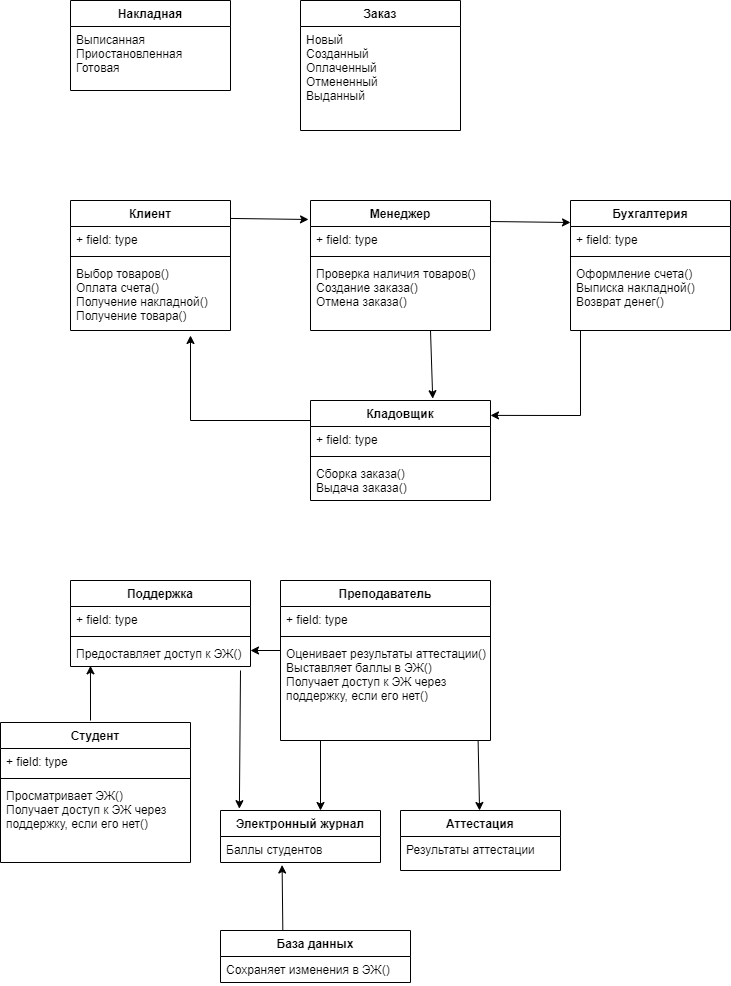
Earlier version of the draw.io export ПрогИнж/Лабораторная работа 3/1z_2z.drawio.png (ViktoriyaMosolova/3sem). Source tidied: cells renumbered, new cells last; positions are measured from the earlier drawing's top-left corner, leaving out a move shared by most shapes.
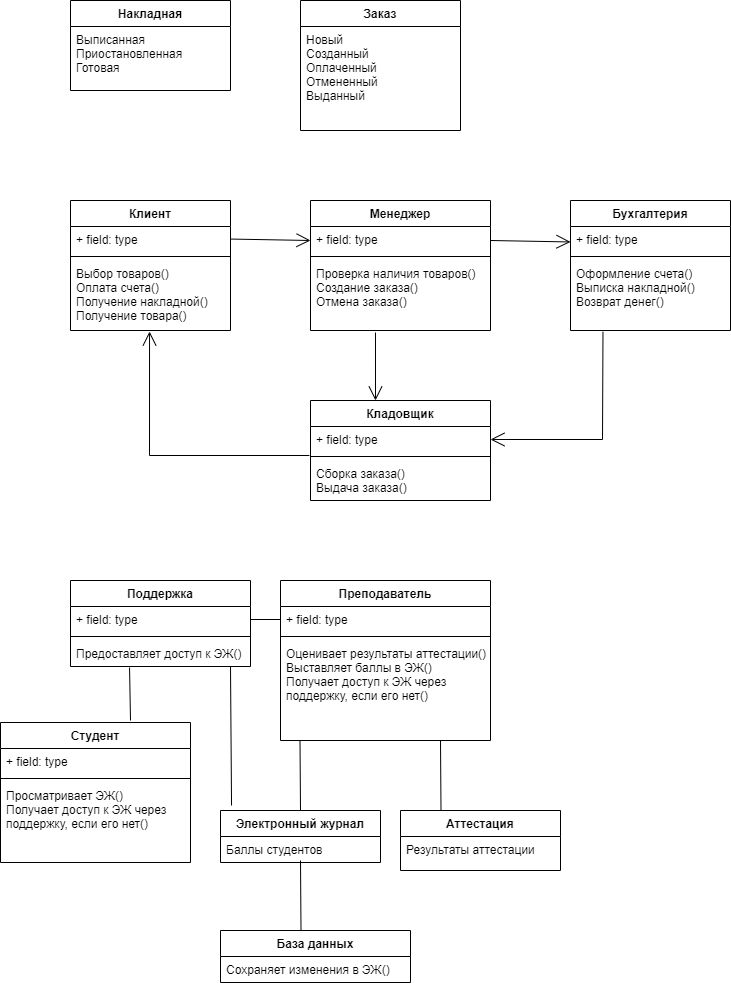
After the commit.

Change to the diagram source:
```diff
@@ -5,15 +5,6 @@
     <mxCell id="2" value="Кладовщик" style="swimlane;fontStyle=1;align=center;verticalAlign=top;horizontal=1;startSize=26;" parent="1" vertex="1">
       <mxGeometry x="310" y="400" width="180" height="100" as="geometry" />
     </mxCell>
-    <mxCell id="3" style="endArrow=classic;html=1;rounded=0;exitX=1;exitY=-0.192;exitDx=0;exitDy=0;exitPerimeter=0;" parent="2" edge="1">
-      <mxGeometry relative="1" as="geometry">
-        <mxPoint y="20" as="sourcePoint" />
-        <mxPoint x="-120" y="-65" as="targetPoint" />
-        <Array as="points">
-          <mxPoint x="-120" y="20" />
-        </Array>
-      </mxGeometry>
-    </mxCell>
     <mxCell id="4" value="+ field: type" style="text;strokeColor=none;fillColor=none;align=left;verticalAlign=top;spacingLeft=4;spacingRight=4;overflow=hidden;points=[[0,0.5],[1,0.5]];portConstraint=eastwest;" parent="2" vertex="1">
       <mxGeometry y="26" width="180" height="26" as="geometry" />
     </mxCell>
@@ -41,6 +32,12 @@
     <mxCell id="12" value="+ field: type" style="text;strokeColor=none;fillColor=none;align=left;verticalAlign=top;spacingLeft=4;spacingRight=4;overflow=hidden;points=[[0,0.5],[1,0.5]];portConstraint=eastwest;" parent="11" vertex="1">
       <mxGeometry y="26" width="180" height="26" as="geometry" />
     </mxCell>
+    <mxCell id="51" style="endArrow=open;endFill=1;endSize=12;html=1;rounded=0;" parent="11" edge="1">
+      <mxGeometry relative="1" as="geometry">
+        <mxPoint x="-80" y="38.6" as="sourcePoint" />
+        <mxPoint y="40" as="targetPoint" />
+      </mxGeometry>
+    </mxCell>
     <mxCell id="13" style="line;strokeWidth=1;fillColor=none;align=left;verticalAlign=middle;spacingTop=-1;spacingLeft=3;spacingRight=3;labelPosition=right;strokeColor=inherit;" parent="11" vertex="1">
       <mxGeometry y="52" width="180" height="8" as="geometry" />
     </mxCell>
@@ -65,25 +62,6 @@
     <mxCell id="20" value="Новый&#10;Созданный&#10;Оплаченный&#10;Отмененный&#10;Выданный" style="text;strokeColor=none;fillColor=none;align=left;verticalAlign=top;spacingLeft=4;spacingRight=4;overflow=hidden;" parent="19" vertex="1">
       <mxGeometry y="26" width="160" height="104" as="geometry" />
     </mxCell>
-    <mxCell id="21" style="endArrow=classic;html=1;rounded=0;exitX=1;exitY=0.138;exitDx=0;exitDy=0;exitPerimeter=0;entryX=-0.011;entryY=0.146;entryDx=0;entryDy=0;entryPerimeter=0;" parent="1" edge="1" source="15" target="11">
-      <mxGeometry relative="1" as="geometry" />
-    </mxCell>
-    <mxCell id="22" style="endArrow=classic;html=1;rounded=0;exitX=1;exitY=-0.192;exitDx=0;exitDy=0;exitPerimeter=0;entryX=0;entryY=-0.154;entryDx=0;entryDy=0;entryPerimeter=0;" parent="1" edge="1" source="12" target="8">
-      <mxGeometry relative="1" as="geometry" />
-    </mxCell>
-    <mxCell id="23" style="endArrow=classic;html=1;rounded=0;exitX=1;exitY=-0.192;exitDx=0;exitDy=0;exitPerimeter=0;entryX=0.679;entryY=-0.018;entryDx=0;entryDy=0;entryPerimeter=0;" parent="1" edge="1" target="2">
-      <mxGeometry relative="1" as="geometry">
-        <mxPoint x="430" y="330" as="sourcePoint" />
-      </mxGeometry>
-    </mxCell>
-    <mxCell id="24" style="endArrow=classic;html=1;rounded=0;exitX=1;exitY=-0.192;exitDx=0;exitDy=0;exitPerimeter=0;entryX=1;entryY=0.149;entryDx=0;entryDy=0;entryPerimeter=0;" parent="1" edge="1" target="2">
-      <mxGeometry relative="1" as="geometry">
-        <mxPoint x="580" y="330" as="sourcePoint" />
-        <Array as="points">
-          <mxPoint x="580" y="415" />
-        </Array>
-      </mxGeometry>
-    </mxCell>
     <mxCell id="25" value="Студент" style="swimlane;fontStyle=1;align=center;verticalAlign=top;horizontal=1;startSize=26;" parent="1" vertex="1">
       <mxGeometry y="722" width="190" height="140" as="geometry" />
     </mxCell>
@@ -144,35 +122,60 @@
     <mxCell id="44" value="Баллы студентов " style="text;strokeColor=none;fillColor=none;align=left;verticalAlign=top;spacingLeft=4;spacingRight=4;overflow=hidden;points=[[0,0.5],[1,0.5]];portConstraint=eastwest;" parent="43" vertex="1">
       <mxGeometry y="26" width="160" height="26" as="geometry" />
     </mxCell>
-    <mxCell id="45" style="endArrow=classic;html=1;rounded=0;entryX=1.009;entryY=0.132;entryDx=0;entryDy=0;entryPerimeter=0;" parent="1" edge="1">
-      <mxGeometry relative="1" as="geometry">
-        <mxPoint x="280" y="650" as="sourcePoint" />
-        <mxPoint x="250" y="650" as="targetPoint" />
-      </mxGeometry>
-    </mxCell>
-    <mxCell id="46" style="endArrow=classic;html=1;rounded=0;entryX=0.111;entryY=0.974;entryDx=0;entryDy=0;entryPerimeter=0;" parent="1" edge="1" target="36">
-      <mxGeometry relative="1" as="geometry">
-        <mxPoint x="90" y="720" as="sourcePoint" />
-      </mxGeometry>
-    </mxCell>
-    <mxCell id="47" style="endArrow=classic;html=1;rounded=0;" parent="1" edge="1">
-      <mxGeometry relative="1" as="geometry">
-        <mxPoint x="320" y="740" as="sourcePoint" />
-        <mxPoint x="320" y="810" as="targetPoint" />
-      </mxGeometry>
-    </mxCell>
-    <mxCell id="48" style="endArrow=classic;html=1;rounded=0;entryX=0.25;entryY=0;entryDx=0;entryDy=0;exitX=0.941;exitY=1.001;exitDx=0;exitDy=0;exitPerimeter=0;" parent="1" edge="1" source="32">
-      <mxGeometry relative="1" as="geometry">
-        <mxPoint x="479" y="810" as="targetPoint" />
-      </mxGeometry>
-    </mxCell>
-    <mxCell id="49" style="endArrow=classic;html=1;rounded=0;entryX=0.118;entryY=-0.035;entryDx=0;entryDy=0;entryPerimeter=0;" parent="1" edge="1" target="43">
-      <mxGeometry relative="1" as="geometry">
-        <mxPoint x="240" y="670" as="sourcePoint" />
-      </mxGeometry>
-    </mxCell>
-    <mxCell id="50" style="endArrow=classic;html=1;rounded=0;entryX=0.385;entryY=1.096;entryDx=0;entryDy=0;entryPerimeter=0;exitX=0.328;exitY=-0.01;exitDx=0;exitDy=0;exitPerimeter=0;" parent="1" edge="1" source="37" target="44">
-      <mxGeometry relative="1" as="geometry" />
-    </mxCell>
+    <mxCell id="52" style="endArrow=open;endFill=1;endSize=12;html=1;rounded=0;" parent="1" edge="1">
+      <mxGeometry relative="1" as="geometry">
+        <mxPoint x="490" y="240" as="sourcePoint" />
+        <mxPoint x="570" y="241.4" as="targetPoint" />
+      </mxGeometry>
+    </mxCell>
+    <mxCell id="53" style="endArrow=open;endFill=1;endSize=12;html=1;rounded=0;exitX=0.203;exitY=1.019;exitDx=0;exitDy=0;exitPerimeter=0;entryX=1;entryY=0.5;entryDx=0;entryDy=0;" parent="1" edge="1" source="10" target="4">
+      <mxGeometry relative="1" as="geometry">
+        <Array as="points">
+          <mxPoint x="602" y="439" />
+        </Array>
+      </mxGeometry>
+    </mxCell>
+    <mxCell id="54" style="endArrow=open;endFill=1;endSize=12;html=1;rounded=0;exitX=0.361;exitY=1.029;exitDx=0;exitDy=0;exitPerimeter=0;" parent="1" edge="1" source="14">
+      <mxGeometry relative="1" as="geometry">
+        <mxPoint x="375" y="400" as="targetPoint" />
+      </mxGeometry>
+    </mxCell>
+    <mxCell id="55" style="endArrow=open;endFill=1;endSize=12;html=1;rounded=0;exitX=-0.006;exitY=-0.125;exitDx=0;exitDy=0;exitPerimeter=0;entryX=0.494;entryY=1.014;entryDx=0;entryDy=0;entryPerimeter=0;" parent="1" edge="1" source="6" target="18">
+      <mxGeometry relative="1" as="geometry">
+        <Array as="points">
+          <mxPoint x="149" y="455" />
+        </Array>
+      </mxGeometry>
+    </mxCell>
+    <mxCell id="56" style="endArrow=none;html=1;rounded=0;exitX=0.328;exitY=1.038;exitDx=0;exitDy=0;exitPerimeter=0;" parent="1" edge="1" source="36">
+      <mxGeometry relative="1" as="geometry">
+        <mxPoint x="130" y="720" as="targetPoint" />
+      </mxGeometry>
+    </mxCell>
+    <mxCell id="57" style="endArrow=none;html=1;rounded=0;entryX=0.069;entryY=-0.096;entryDx=0;entryDy=0;entryPerimeter=0;" parent="1" edge="1" target="43">
+      <mxGeometry relative="1" as="geometry">
+        <mxPoint x="230" y="666" as="sourcePoint" />
+      </mxGeometry>
+    </mxCell>
+    <mxCell id="58" style="endArrow=none;html=1;rounded=0;exitX=1;exitY=0.5;exitDx=0;exitDy=0;entryX=0;entryY=0.5;entryDx=0;entryDy=0;" parent="1" edge="1" source="34" target="30">
+      <mxGeometry relative="1" as="geometry" />
+    </mxCell>
+    <mxCell id="59" style="endArrow=none;html=1;rounded=0;entryX=0.5;entryY=0;entryDx=0;entryDy=0;" parent="1" edge="1" target="43">
+      <mxGeometry relative="1" as="geometry">
+        <mxPoint x="299.5" y="740" as="sourcePoint" />
+      </mxGeometry>
+    </mxCell>
+    <mxCell id="60" style="endArrow=none;html=1;rounded=0;entryX=0.5;entryY=0;entryDx=0;entryDy=0;" parent="1" edge="1">
+      <mxGeometry relative="1" as="geometry">
+        <mxPoint x="440" y="740" as="sourcePoint" />
+        <mxPoint x="440.5" y="810" as="targetPoint" />
+      </mxGeometry>
+    </mxCell>
+    <mxCell id="61" style="endArrow=none;html=1;rounded=0;entryX=0.5;entryY=0;entryDx=0;entryDy=0;" parent="1" edge="1">
+      <mxGeometry relative="1" as="geometry">
+        <mxPoint x="300" y="860" as="sourcePoint" />
+        <mxPoint x="300.5" y="930" as="targetPoint" />
+      </mxGeometry>
+    </mxCell>
   </root>
 </mxGraphModel>
```
